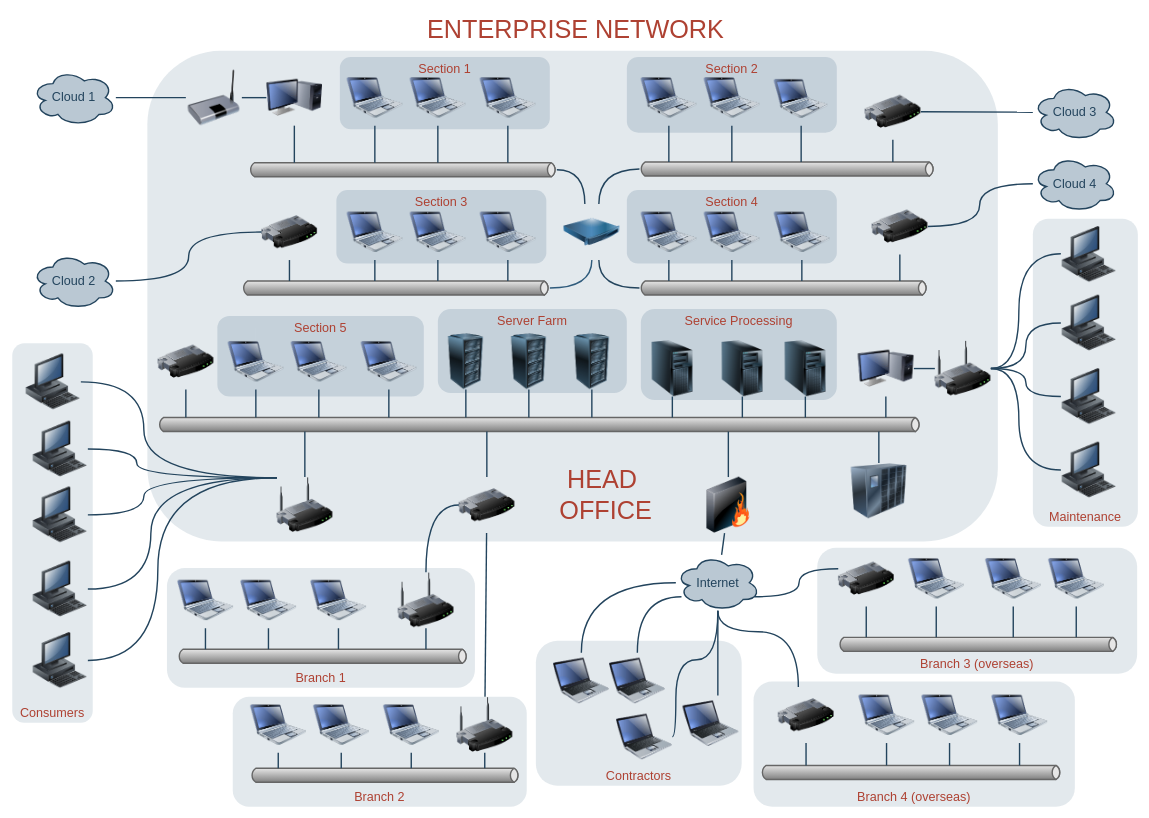
The draw.io diagram 未命名表单.drawio in evonli/drawio, before the edit. Source tidied: cells renumbered, new cells numbered last; positions are measured from the earlier drawing's top-left corner, leaving out a move shared by most shapes. Both pictures are drawn from the tidied source at 70%, with x=0, y=0 at pixel (12, 12).
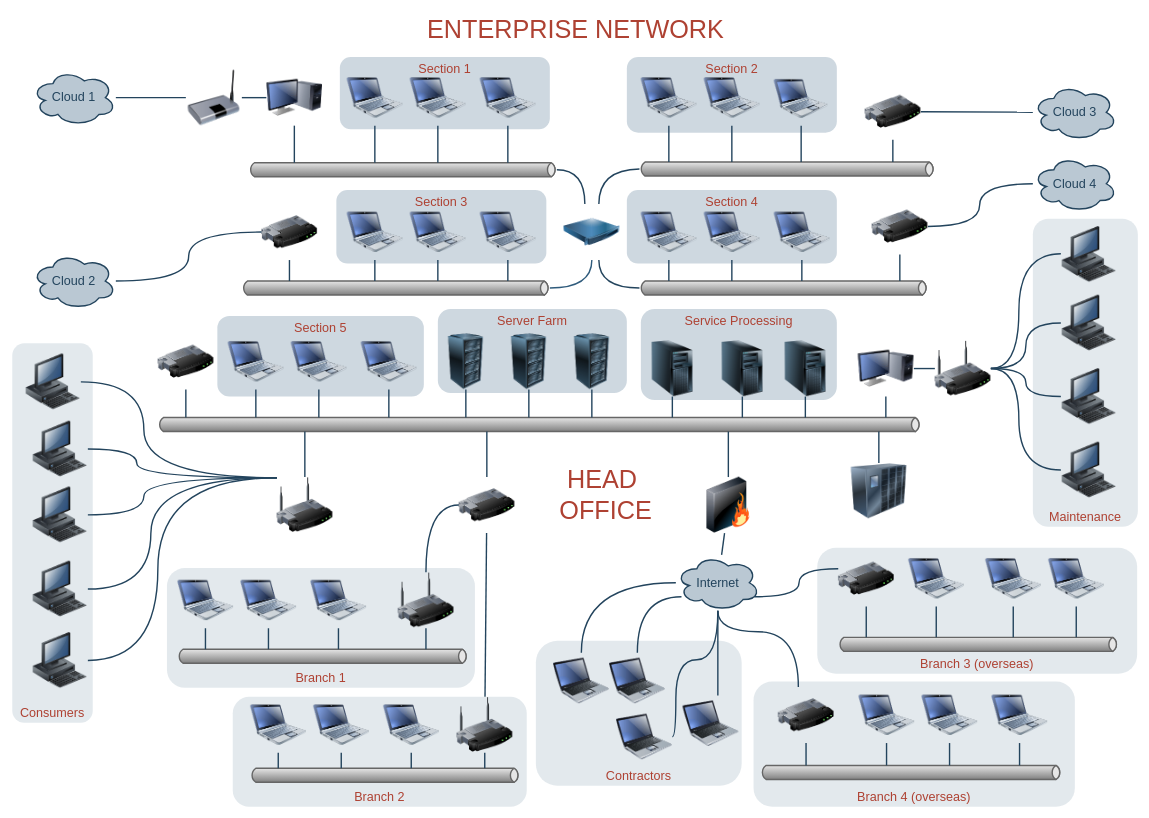
Above is the later version.

Commit message:
武生所双机热备.drawio

The edit, as a diff of the source:
```diff
@@
-    <mxCell id="3" style="rounded=1;whiteSpace=wrap;html=1;shadow=0;strokeColor=none;fillColor=#BAC8D3;gradientColor=none;fontSize=18;fontColor=#F08705;opacity=40;fontStyle=0;strokeWidth=3;" parent="1" vertex="1">
-      <mxGeometry x="193" y="55" width="1215" height="701" as="geometry" />
-    </mxCell>
```
